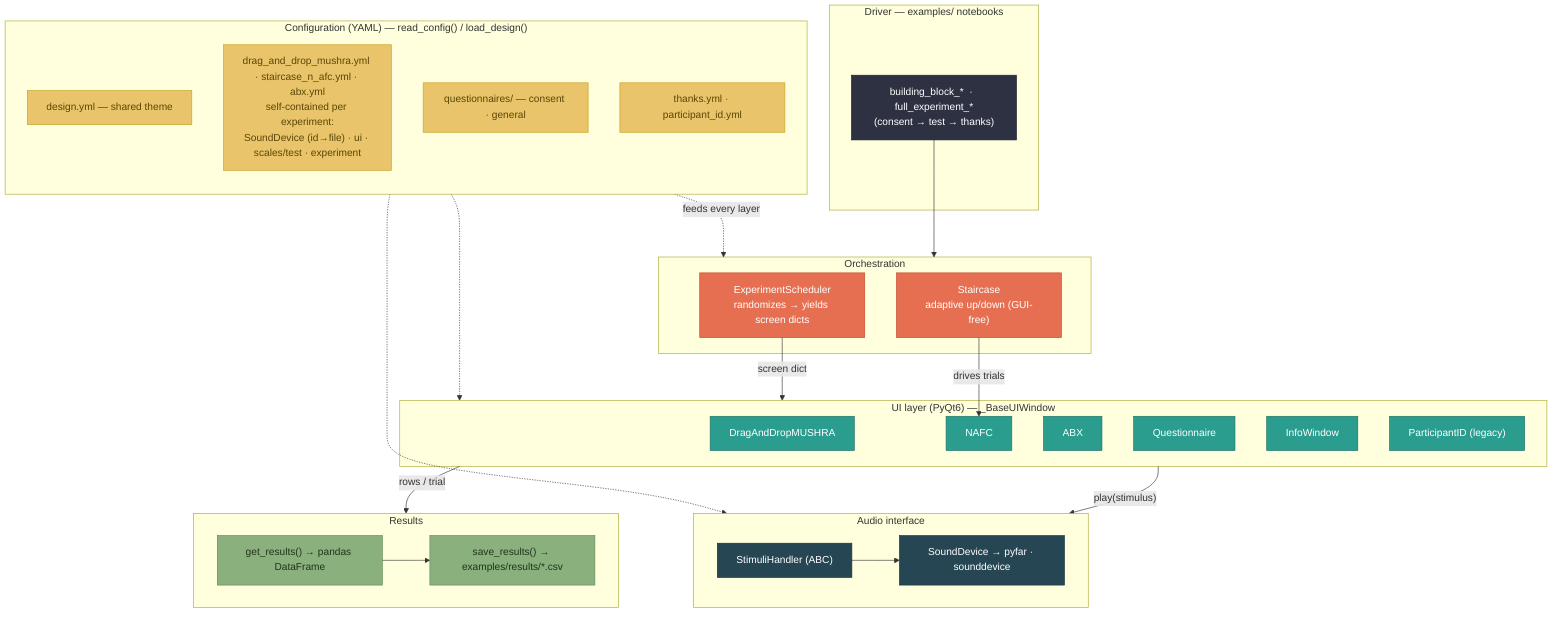
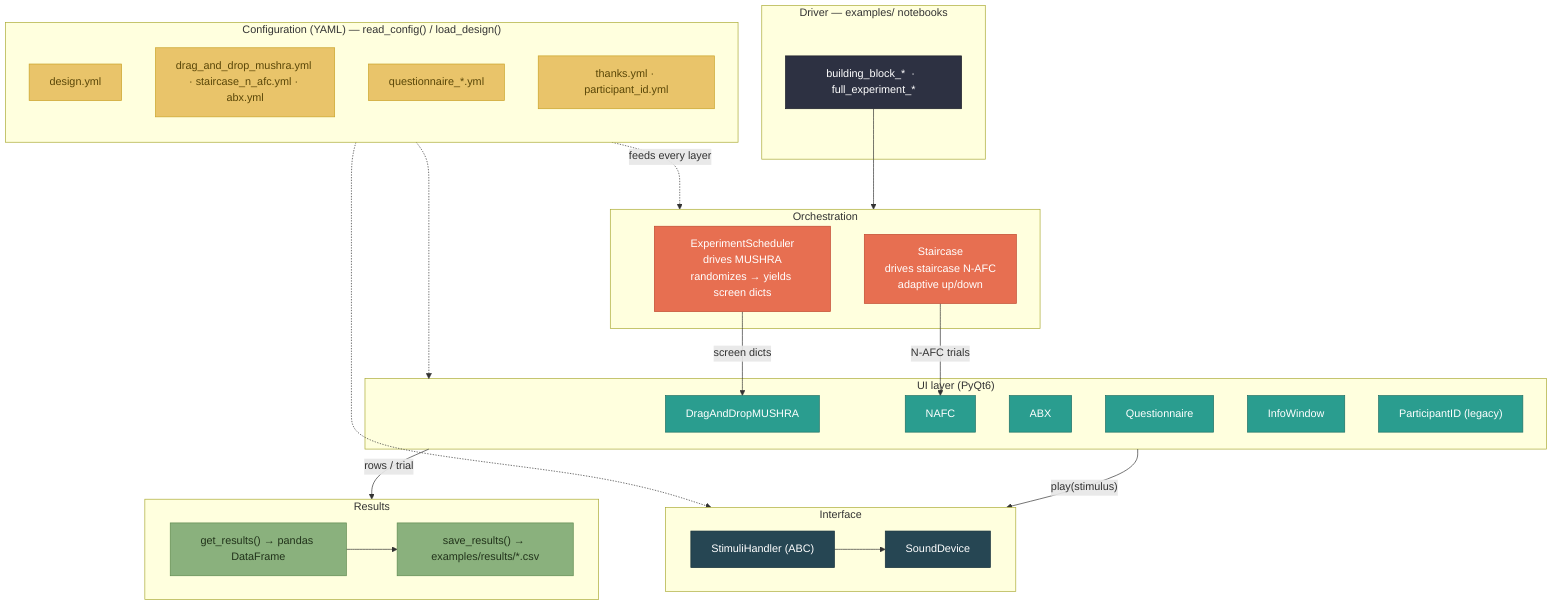
%% whispy architecture — paste into https://mermaid.live to export PNG/SVG
flowchart TB
    subgraph DRV["Driver — examples/ notebooks"]
-         NB["building_block_*  ·  full_experiment_*<br/>(consent → test → thanks)"]
+         NB["building_block_*  ·  full_experiment_*"]
    end

    subgraph CFG["Configuration (YAML) — read_config() / load_design()"]
        direction TB
-         C1["design.yml — shared theme"]
-         C2["drag_and_drop_mushra.yml · staircase_n_afc.yml · abx.yml<br/>self-contained per experiment:<br/>SoundDevice (id→file) · ui · scales/test · experiment"]
-         C5["questionnaires/ — consent · general"]
+         C1["design.yml"]
+         C2["drag_and_drop_mushra.yml · staircase_n_afc.yml · abx.yml"]
+         C5["questionnaire_*.yml"]
        C6["thanks.yml · participant_id.yml"]
    end

    subgraph ORCH["Orchestration"]
-         SCH["ExperimentScheduler<br/>randomizes → yields screen dicts"]
-         STC["Staircase<br/>adaptive up/down (GUI-free)"]
+         SCH["ExperimentScheduler<br/>drives MUSHRA<br/>randomizes → yields screen dicts"]
+         STC["Staircase<br/>drives staircase N-AFC<br/>adaptive up/down"]
    end

-     subgraph UI["UI layer (PyQt6) — _BaseUIWindow"]
+     subgraph UI["UI layer (PyQt6)"]
        MU["DragAndDropMUSHRA"]
        NA["NAFC"]
        AB["ABX"]
        QU["Questionnaire"]
        IN["InfoWindow"]
        PI["ParticipantID (legacy)"]
    end

-     subgraph AUD["Audio interface"]
+     subgraph AUD["Interface"]
        SH["StimuliHandler (ABC)"]
-         SD["SoundDevice → pyfar · sounddevice"]
+         SD["SoundDevice"]
    end

    subgraph RES["Results"]
        GR["get_results() → pandas DataFrame"]
        SR["save_results() → examples/results/*.csv"]
    end

    NB --> ORCH
-     SCH -->|screen dict| UI
-     STC -->|drives trials| NA
+     SCH -->|screen dicts| MU
+     STC -->|N-AFC trials| NA
    UI -->|"play(stimulus)"| AUD
    SH --> SD
    UI -->|rows / trial| RES
    GR --> SR

    CFG -. feeds every layer .-> ORCH
    CFG -.-> UI
    CFG -.-> AUD

    classDef cfg fill:#E9C46A,stroke:#C9A227,color:#5a4708;
    classDef orch fill:#E76F51,stroke:#c0492f,color:#fff;
    classDef ui fill:#2A9D8F,stroke:#1f6f64,color:#fff;
    classDef aud fill:#264653,stroke:#16303a,color:#fff;
    classDef res fill:#8AB17D,stroke:#5e8a4f,color:#22331b;
    classDef drv fill:#2D3142,stroke:#1b1d28,color:#fff;
    class C1,C2,C5,C6 cfg;
    class SCH,STC orch;
    class MU,NA,AB,QU,IN,PI ui;
    class SH,SD aud;
    class GR,SR res;
    class NB drv;
